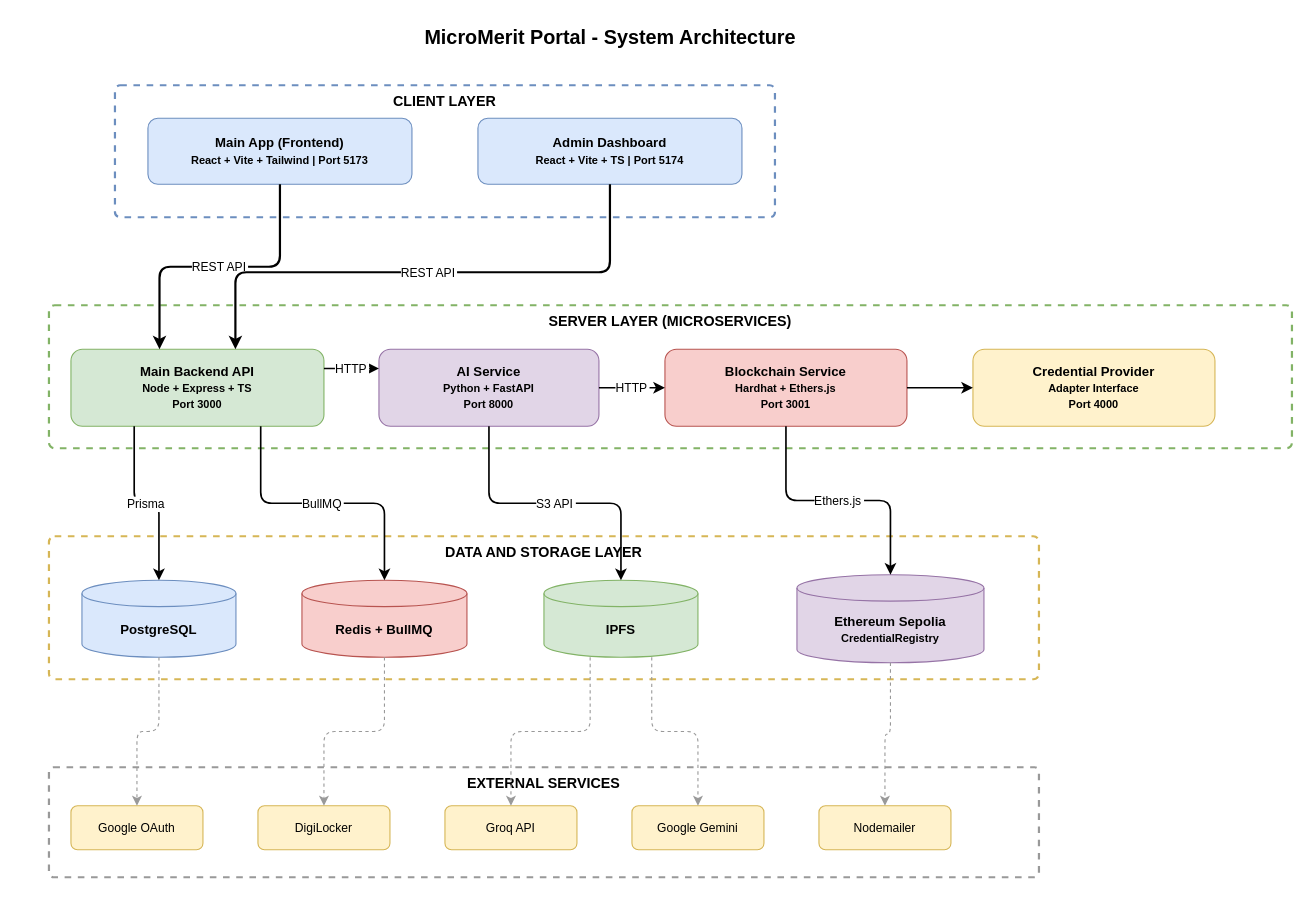
Earlier version of the draw.io diagram docs/report/diagrams/3.1_system_architecture.drawio (JaiminPatel345/MicroMerit-Portal). Source tidied: cells renumbered, new cells numbered last; positions are measured from the earlier drawing's top-left corner, leaving out a move shared by most shapes. Both pictures are drawn from the tidied source at 110%, with x=0, y=0 at pixel (48, 19).
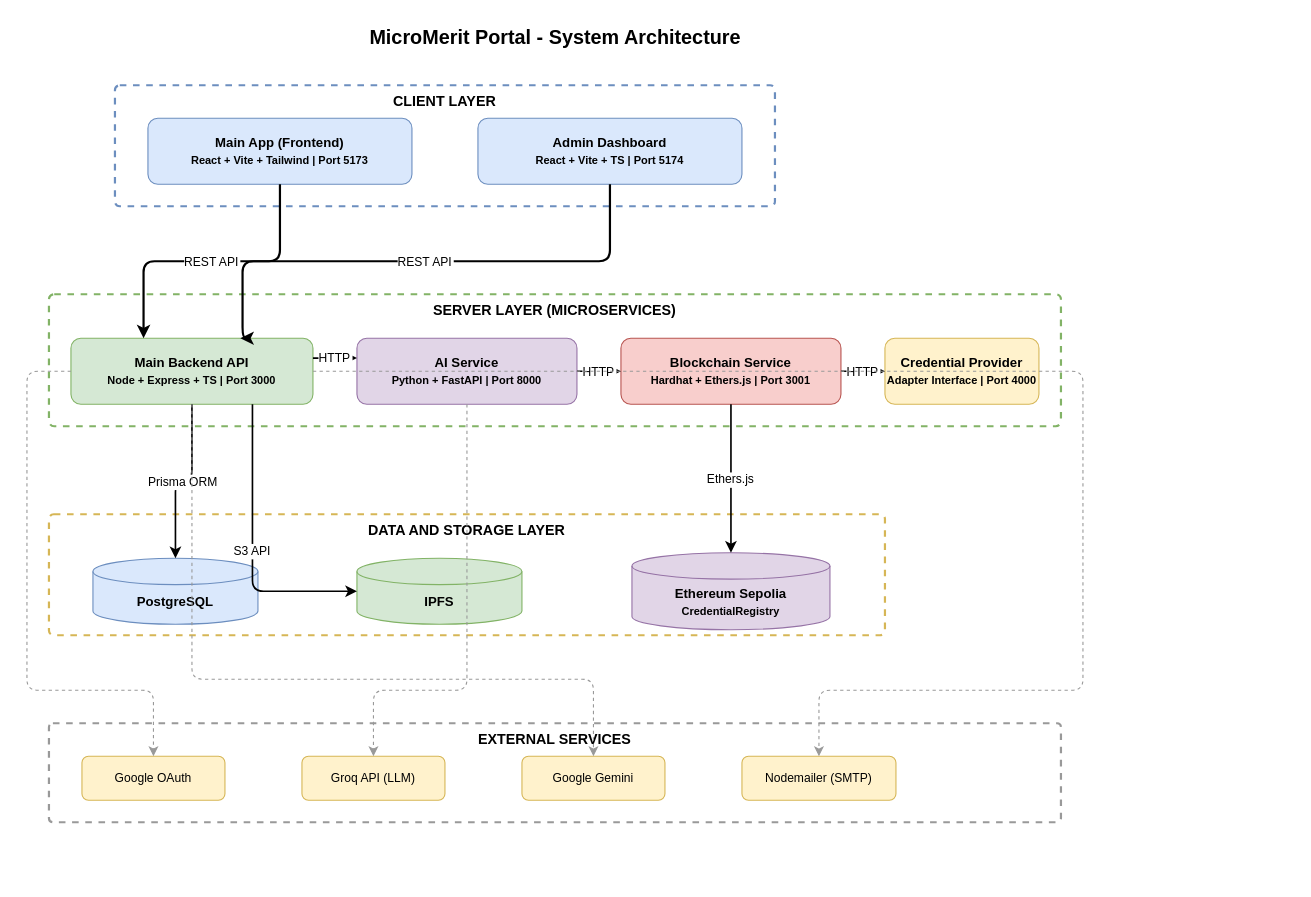
After the change.

The change refers to these unchanged cells:
```xml
<mxCell id="4" value="Main App (Frontend)&lt;br&gt;&lt;font style=&quot;font-size:10px&quot;&gt;React + Vite + Tailwind | Port 5173&lt;/font&gt;" style="rounded=1;whiteSpace=wrap;html=1;fillColor=#dae8fc;strokeColor=#6c8ebf;fontSize=12;fontStyle=1;" parent="1" vertex="1">
  <mxGeometry x="90" y="90" width="240" height="60" as="geometry" />
</mxCell>
<mxCell id="5" value="Admin Dashboard&lt;br&gt;&lt;font style=&quot;font-size:10px&quot;&gt;React + Vite + TS | Port 5174&lt;/font&gt;" style="rounded=1;whiteSpace=wrap;html=1;fillColor=#dae8fc;strokeColor=#6c8ebf;fontSize=12;fontStyle=1;" parent="1" vertex="1">
  <mxGeometry x="390" y="90" width="240" height="60" as="geometry" />
</mxCell>
```

Diff of the diagram source:
```diff
@@
     <mxCell id="2" value="MicroMerit Portal - System Architecture" style="text;html=1;fontSize=18;fontStyle=1;align=center;" parent="1" vertex="1">
-      <mxGeometry x="260" width="500" height="40" as="geometry" />
+      <mxGeometry x="160" width="600" height="40" as="geometry" />
     </mxCell>
     <mxCell id="3" value="CLIENT LAYER" style="rounded=1;whiteSpace=wrap;html=1;fillColor=none;strokeColor=#6c8ebf;dashed=1;verticalAlign=top;fontStyle=1;fontSize=13;arcSize=4;strokeWidth=2;" parent="1" vertex="1">
-      <mxGeometry x="60" y="60" width="600" height="120" as="geometry" />
+      <mxGeometry x="60" y="60" width="600" height="110" as="geometry" />
     </mxCell>
@@
     <mxCell id="6" value="SERVER LAYER (MICROSERVICES)" style="rounded=1;whiteSpace=wrap;html=1;fillColor=none;strokeColor=#82b366;dashed=1;verticalAlign=top;fontStyle=1;fontSize=13;arcSize=4;strokeWidth=2;" parent="1" vertex="1">
-      <mxGeometry y="260" width="1130" height="130" as="geometry" />
+      <mxGeometry y="250" width="920" height="120" as="geometry" />
     </mxCell>
-    <mxCell id="7" value="Main Backend API&lt;br&gt;&lt;font style=&quot;font-size:10px&quot;&gt;Node + Express + TS&lt;br&gt;Port 3000&lt;/font&gt;" style="rounded=1;whiteSpace=wrap;html=1;fillColor=#d5e8d4;strokeColor=#82b366;fontSize=12;fontStyle=1;" parent="1" vertex="1">
-      <mxGeometry x="20" y="300" width="230" height="70" as="geometry" />
+    <mxCell id="7" value="Main Backend API&lt;br&gt;&lt;font style=&quot;font-size:10px&quot;&gt;Node + Express + TS | Port 3000&lt;/font&gt;" style="rounded=1;whiteSpace=wrap;html=1;fillColor=#d5e8d4;strokeColor=#82b366;fontSize=12;fontStyle=1;" parent="1" vertex="1">
+      <mxGeometry x="20" y="290" width="220" height="60" as="geometry" />
     </mxCell>
-    <mxCell id="8" value="AI Service&lt;br&gt;&lt;font style=&quot;font-size:10px&quot;&gt;Python + FastAPI&lt;br&gt;Port 8000&lt;/font&gt;" style="rounded=1;whiteSpace=wrap;html=1;fillColor=#e1d5e7;strokeColor=#9673a6;fontSize=12;fontStyle=1;" parent="1" vertex="1">
-      <mxGeometry x="300" y="300" width="200" height="70" as="geometry" />
+    <mxCell id="8" value="AI Service&lt;br&gt;&lt;font style=&quot;font-size:10px&quot;&gt;Python + FastAPI | Port 8000&lt;/font&gt;" style="rounded=1;whiteSpace=wrap;html=1;fillColor=#e1d5e7;strokeColor=#9673a6;fontSize=12;fontStyle=1;" parent="1" vertex="1">
+      <mxGeometry x="280" y="290" width="200" height="60" as="geometry" />
     </mxCell>
-    <mxCell id="9" value="Blockchain Service&lt;br&gt;&lt;font style=&quot;font-size:10px&quot;&gt;Hardhat + Ethers.js&lt;br&gt;Port 3001&lt;/font&gt;" style="rounded=1;whiteSpace=wrap;html=1;fillColor=#f8cecc;strokeColor=#b85450;fontSize=12;fontStyle=1;" parent="1" vertex="1">
-      <mxGeometry x="560" y="300" width="220" height="70" as="geometry" />
+    <mxCell id="9" value="Blockchain Service&lt;br&gt;&lt;font style=&quot;font-size:10px&quot;&gt;Hardhat + Ethers.js | Port 3001&lt;/font&gt;" style="rounded=1;whiteSpace=wrap;html=1;fillColor=#f8cecc;strokeColor=#b85450;fontSize=12;fontStyle=1;" parent="1" vertex="1">
+      <mxGeometry x="520" y="290" width="200" height="60" as="geometry" />
     </mxCell>
-    <mxCell id="10" value="Credential Provider&lt;br&gt;&lt;font style=&quot;font-size:10px&quot;&gt;Adapter Interface&lt;br&gt;Port 4000&lt;/font&gt;" style="rounded=1;whiteSpace=wrap;html=1;fillColor=#fff2cc;strokeColor=#d6b656;fontSize=12;fontStyle=1;" parent="1" vertex="1">
-      <mxGeometry x="840" y="300" width="220" height="70" as="geometry" />
+    <mxCell id="10" value="Credential Provider&lt;br&gt;&lt;font style=&quot;font-size:10px&quot;&gt;Adapter Interface | Port 4000&lt;/font&gt;" style="rounded=1;whiteSpace=wrap;html=1;fillColor=#fff2cc;strokeColor=#d6b656;fontSize=12;fontStyle=1;" parent="1" vertex="1">
+      <mxGeometry x="760" y="290" width="140" height="60" as="geometry" />
     </mxCell>
     <mxCell id="11" value="DATA AND STORAGE LAYER" style="rounded=1;whiteSpace=wrap;html=1;fillColor=none;strokeColor=#d6b656;dashed=1;verticalAlign=top;fontStyle=1;fontSize=13;arcSize=4;strokeWidth=2;" parent="1" vertex="1">
-      <mxGeometry y="470" width="900" height="130" as="geometry" />
+      <mxGeometry y="450" width="760" height="110" as="geometry" />
     </mxCell>
     <mxCell id="12" value="PostgreSQL" style="shape=cylinder3;whiteSpace=wrap;html=1;boundedLbl=1;backgroundOutline=1;size=12;fillColor=#dae8fc;strokeColor=#6c8ebf;fontSize=12;fontStyle=1;" parent="1" vertex="1">
-      <mxGeometry x="30" y="510" width="140" height="70" as="geometry" />
+      <mxGeometry x="40" y="490" width="150" height="60" as="geometry" />
     </mxCell>
-    <mxCell id="13" value="Redis + BullMQ" style="shape=cylinder3;whiteSpace=wrap;html=1;boundedLbl=1;backgroundOutline=1;size=12;fillColor=#f8cecc;strokeColor=#b85450;fontSize=12;fontStyle=1;" parent="1" vertex="1">
-      <mxGeometry x="230" y="510" width="150" height="70" as="geometry" />
-    </mxCell>
     <mxCell id="14" value="IPFS" style="shape=cylinder3;whiteSpace=wrap;html=1;boundedLbl=1;backgroundOutline=1;size=12;fillColor=#d5e8d4;strokeColor=#82b366;fontSize=12;fontStyle=1;" parent="1" vertex="1">
-      <mxGeometry x="450" y="510" width="140" height="70" as="geometry" />
+      <mxGeometry x="280" y="490" width="150" height="60" as="geometry" />
     </mxCell>
     <mxCell id="15" value="Ethereum Sepolia&lt;br&gt;&lt;font style=&quot;font-size:10px&quot;&gt;CredentialRegistry&lt;/font&gt;" style="shape=cylinder3;whiteSpace=wrap;html=1;boundedLbl=1;backgroundOutline=1;size=12;fillColor=#e1d5e7;strokeColor=#9673a6;fontSize=12;fontStyle=1;" parent="1" vertex="1">
-      <mxGeometry x="680" y="505" width="170" height="80" as="geometry" />
+      <mxGeometry x="530" y="485" width="180" height="70" as="geometry" />
     </mxCell>
     <mxCell id="16" value="EXTERNAL SERVICES" style="rounded=1;whiteSpace=wrap;html=1;fillColor=none;strokeColor=#999999;dashed=1;verticalAlign=top;fontStyle=1;fontSize=13;arcSize=4;strokeWidth=2;" parent="1" vertex="1">
-      <mxGeometry y="680" width="900" height="100" as="geometry" />
+      <mxGeometry y="640" width="920" height="90" as="geometry" />
     </mxCell>
     <mxCell id="17" value="Google OAuth" style="rounded=1;whiteSpace=wrap;html=1;fillColor=#fff2cc;strokeColor=#d6b656;fontSize=11;" parent="1" vertex="1">
-      <mxGeometry x="20" y="715" width="120" height="40" as="geometry" />
+      <mxGeometry x="30" y="670" width="130" height="40" as="geometry" />
     </mxCell>
-    <mxCell id="18" value="DigiLocker" style="rounded=1;whiteSpace=wrap;html=1;fillColor=#fff2cc;strokeColor=#d6b656;fontSize=11;" parent="1" vertex="1">
-      <mxGeometry x="190" y="715" width="120" height="40" as="geometry" />
-    </mxCell>
-    <mxCell id="19" value="Groq API" style="rounded=1;whiteSpace=wrap;html=1;fillColor=#fff2cc;strokeColor=#d6b656;fontSize=11;" parent="1" vertex="1">
-      <mxGeometry x="360" y="715" width="120" height="40" as="geometry" />
+    <mxCell id="19" value="Groq API (LLM)" style="rounded=1;whiteSpace=wrap;html=1;fillColor=#fff2cc;strokeColor=#d6b656;fontSize=11;" parent="1" vertex="1">
+      <mxGeometry x="230" y="670" width="130" height="40" as="geometry" />
     </mxCell>
     <mxCell id="20" value="Google Gemini" style="rounded=1;whiteSpace=wrap;html=1;fillColor=#fff2cc;strokeColor=#d6b656;fontSize=11;" parent="1" vertex="1">
-      <mxGeometry x="530" y="715" width="120" height="40" as="geometry" />
+      <mxGeometry x="430" y="670" width="130" height="40" as="geometry" />
     </mxCell>
-    <mxCell id="21" value="Nodemailer" style="rounded=1;whiteSpace=wrap;html=1;fillColor=#fff2cc;strokeColor=#d6b656;fontSize=11;" parent="1" vertex="1">
-      <mxGeometry x="700" y="715" width="120" height="40" as="geometry" />
+    <mxCell id="21" value="Nodemailer (SMTP)" style="rounded=1;whiteSpace=wrap;html=1;fillColor=#fff2cc;strokeColor=#d6b656;fontSize=11;" parent="1" vertex="1">
+      <mxGeometry x="630" y="670" width="140" height="40" as="geometry" />
     </mxCell>
-    <mxCell id="22" value="REST API" style="edgeStyle=orthogonalEdgeStyle;rounded=1;strokeWidth=2;exitX=0.5;exitY=1;exitDx=0;exitDy=0;entryX=0.35;entryY=0;entryDx=0;entryDy=0;" parent="1" edge="1" source="4" target="7">
+    <mxCell id="22" value="REST API" style="edgeStyle=orthogonalEdgeStyle;rounded=1;strokeWidth=2;exitX=0.5;exitY=1;exitDx=0;exitDy=0;entryX=0.3;entryY=0;entryDx=0;entryDy=0;" parent="1" edge="1" source="4" target="7">
       <mxGeometry relative="1" as="geometry" />
     </mxCell>
-    <mxCell id="23" value="REST API" style="edgeStyle=orthogonalEdgeStyle;rounded=1;strokeWidth=2;exitX=0.5;exitY=1;exitDx=0;exitDy=0;entryX=0.65;entryY=0;entryDx=0;entryDy=0;" parent="1" edge="1" source="5" target="7">
+    <mxCell id="23" value="REST API" style="edgeStyle=orthogonalEdgeStyle;rounded=1;strokeWidth=2;exitX=0.5;exitY=1;exitDx=0;exitDy=0;entryX=0.7;entryY=0;entryDx=0;entryDy=0;" parent="1" edge="1" source="5" target="7">
       <mxGeometry relative="1" as="geometry">
         <Array as="points">
-          <mxPoint x="510" y="230" />
-          <mxPoint x="170" y="230" />
+          <mxPoint x="510" y="220" />
+          <mxPoint x="176" y="220" />
         </Array>
       </mxGeometry>
     </mxCell>
-    <mxCell id="24" value="HTTP" style="edgeStyle=orthogonalEdgeStyle;rounded=1;strokeWidth=1.5;exitX=1;exitY=0.25;exitDx=0;exitDy=0;entryX=0;entryY=0.25;entryDx=0;entryDy=0;" parent="1" edge="1" source="7" target="8">
+    <mxCell id="24" value="HTTP" style="edgeStyle=orthogonalEdgeStyle;rounded=1;strokeWidth=1.5;exitX=1;exitY=0.3;exitDx=0;exitDy=0;entryX=0;entryY=0.3;entryDx=0;entryDy=0;" parent="1" edge="1" source="7" target="8">
       <mxGeometry relative="1" as="geometry" />
     </mxCell>
@@
-    <mxCell id="26" style="edgeStyle=orthogonalEdgeStyle;rounded=1;strokeWidth=1.5;exitX=1;exitY=0.5;exitDx=0;exitDy=0;entryX=0;entryY=0.5;entryDx=0;entryDy=0;" parent="1" edge="1" source="9" target="10">
+    <mxCell id="26" value="HTTP" style="edgeStyle=orthogonalEdgeStyle;rounded=1;strokeWidth=1.5;exitX=1;exitY=0.5;exitDx=0;exitDy=0;entryX=0;entryY=0.5;entryDx=0;entryDy=0;" parent="1" edge="1" source="9" target="10">
       <mxGeometry relative="1" as="geometry" />
     </mxCell>
-    <mxCell id="27" value="Prisma" style="edgeStyle=orthogonalEdgeStyle;rounded=1;strokeWidth=1.5;exitX=0.25;exitY=1;exitDx=0;exitDy=0;entryX=0.5;entryY=0;entryDx=0;entryDy=0;" parent="1" edge="1" source="7" target="12">
+    <mxCell id="27" value="Prisma ORM" style="edgeStyle=orthogonalEdgeStyle;rounded=1;strokeWidth=1.5;exitX=0.5;exitY=1;exitDx=0;exitDy=0;entryX=0.5;entryY=0;entryDx=0;entryDy=0;" parent="1" edge="1" source="7" target="12">
       <mxGeometry relative="1" as="geometry" />
     </mxCell>
-    <mxCell id="28" value="BullMQ" style="edgeStyle=orthogonalEdgeStyle;rounded=1;strokeWidth=1.5;exitX=0.75;exitY=1;exitDx=0;exitDy=0;entryX=0.5;entryY=0;entryDx=0;entryDy=0;" parent="1" edge="1" source="7" target="13">
-      <mxGeometry relative="1" as="geometry" />
+    <mxCell id="28" value="S3 API" style="edgeStyle=orthogonalEdgeStyle;rounded=1;strokeWidth=1.5;exitX=0.75;exitY=1;exitDx=0;exitDy=0;entryX=0;entryY=0.5;entryDx=0;entryDy=0;" parent="1" edge="1" source="7" target="14">
+      <mxGeometry relative="1" as="geometry">
+        <Array as="points">
+          <mxPoint x="185" y="420" />
+          <mxPoint x="185" y="520" />
+          <mxPoint x="280" y="520" />
+        </Array>
+      </mxGeometry>
     </mxCell>
-    <mxCell id="29" value="S3 API" style="edgeStyle=orthogonalEdgeStyle;rounded=1;strokeWidth=1.5;exitX=0.5;exitY=1;exitDx=0;exitDy=0;entryX=0.5;entryY=0;entryDx=0;entryDy=0;" parent="1" edge="1" source="8" target="14">
+    <mxCell id="29" value="Ethers.js" style="edgeStyle=orthogonalEdgeStyle;rounded=1;strokeWidth=1.5;exitX=0.5;exitY=1;exitDx=0;exitDy=0;entryX=0.5;entryY=0;entryDx=0;entryDy=0;" parent="1" edge="1" source="9" target="15">
       <mxGeometry relative="1" as="geometry" />
     </mxCell>
-    <mxCell id="30" value="Ethers.js" style="edgeStyle=orthogonalEdgeStyle;rounded=1;strokeWidth=1.5;exitX=0.5;exitY=1;exitDx=0;exitDy=0;entryX=0.5;entryY=0;entryDx=0;entryDy=0;" parent="1" edge="1" source="9" target="15">
-      <mxGeometry relative="1" as="geometry" />
-    </mxCell>
-    <mxCell id="31" style="edgeStyle=orthogonalEdgeStyle;rounded=1;dashed=1;strokeColor=#999999;exitX=0.5;exitY=1;exitDx=0;exitDy=0;entryX=0.5;entryY=0;entryDx=0;entryDy=0;" parent="1" edge="1" source="12" target="17">
-      <mxGeometry relative="1" as="geometry" />
-    </mxCell>
-    <mxCell id="32" style="edgeStyle=orthogonalEdgeStyle;rounded=1;dashed=1;strokeColor=#999999;exitX=0.5;exitY=1;exitDx=0;exitDy=0;entryX=0.5;entryY=0;entryDx=0;entryDy=0;" parent="1" edge="1" source="13" target="18">
-      <mxGeometry relative="1" as="geometry" />
-    </mxCell>
-    <mxCell id="33" style="edgeStyle=orthogonalEdgeStyle;rounded=1;dashed=1;strokeColor=#999999;exitX=0.3;exitY=1;exitDx=0;exitDy=0;entryX=0.5;entryY=0;entryDx=0;entryDy=0;" parent="1" edge="1" source="14" target="19">
-      <mxGeometry relative="1" as="geometry" />
-    </mxCell>
-    <mxCell id="34" style="edgeStyle=orthogonalEdgeStyle;rounded=1;dashed=1;strokeColor=#999999;exitX=0.7;exitY=1;exitDx=0;exitDy=0;entryX=0.5;entryY=0;entryDx=0;entryDy=0;" parent="1" edge="1" source="14" target="20">
-      <mxGeometry relative="1" as="geometry" />
-    </mxCell>
-    <mxCell id="35" style="edgeStyle=orthogonalEdgeStyle;rounded=1;dashed=1;strokeColor=#999999;exitX=0.5;exitY=1;exitDx=0;exitDy=0;entryX=0.5;entryY=0;entryDx=0;entryDy=0;" parent="1" edge="1" source="15" target="21">
-      <mxGeometry relative="1" as="geometry" />
-    </mxCell>
+    <mxCell id="36" style="edgeStyle=orthogonalEdgeStyle;rounded=1;dashed=1;strokeColor=#999999;exitX=0;exitY=0.5;exitDx=0;exitDy=0;entryX=0.5;entryY=0;entryDx=0;entryDy=0;" parent="1" edge="1" source="7" target="17">
+      <mxGeometry relative="1" as="geometry">
+        <Array as="points">
+          <mxPoint x="-20" y="320" />
+          <mxPoint x="-20" y="610" />
+          <mxPoint x="95" y="610" />
+        </Array>
+      </mxGeometry>
+    </mxCell>
+    <mxCell id="37" style="edgeStyle=orthogonalEdgeStyle;rounded=1;dashed=1;strokeColor=#999999;exitX=0.5;exitY=1;exitDx=0;exitDy=0;entryX=0.5;entryY=0;entryDx=0;entryDy=0;" parent="1" edge="1" source="8" target="19">
+      <mxGeometry relative="1" as="geometry">
+        <Array as="points">
+          <mxPoint x="380" y="420" />
+          <mxPoint x="380" y="610" />
+          <mxPoint x="295" y="610" />
+        </Array>
+      </mxGeometry>
+    </mxCell>
+    <mxCell id="38" style="edgeStyle=orthogonalEdgeStyle;rounded=1;dashed=1;strokeColor=#999999;exitX=0.5;exitY=1;exitDx=0;exitDy=0;entryX=0.5;entryY=0;entryDx=0;entryDy=0;" parent="1" edge="1" source="7" target="20">
+      <mxGeometry relative="1" as="geometry">
+        <Array as="points">
+          <mxPoint x="130" y="420" />
+          <mxPoint x="130" y="600" />
+          <mxPoint x="495" y="600" />
+          <mxPoint x="495" y="670" />
+        </Array>
+      </mxGeometry>
+    </mxCell>
+    <mxCell id="39" style="edgeStyle=orthogonalEdgeStyle;rounded=1;dashed=1;strokeColor=#999999;exitX=1;exitY=0.5;exitDx=0;exitDy=0;entryX=0.5;entryY=0;entryDx=0;entryDy=0;" parent="1" edge="1" source="7" target="21">
+      <mxGeometry relative="1" as="geometry">
+        <Array as="points">
+          <mxPoint x="940" y="320" />
+          <mxPoint x="940" y="610" />
+          <mxPoint x="700" y="610" />
+        </Array>
+      </mxGeometry>
+    </mxCell>
```
